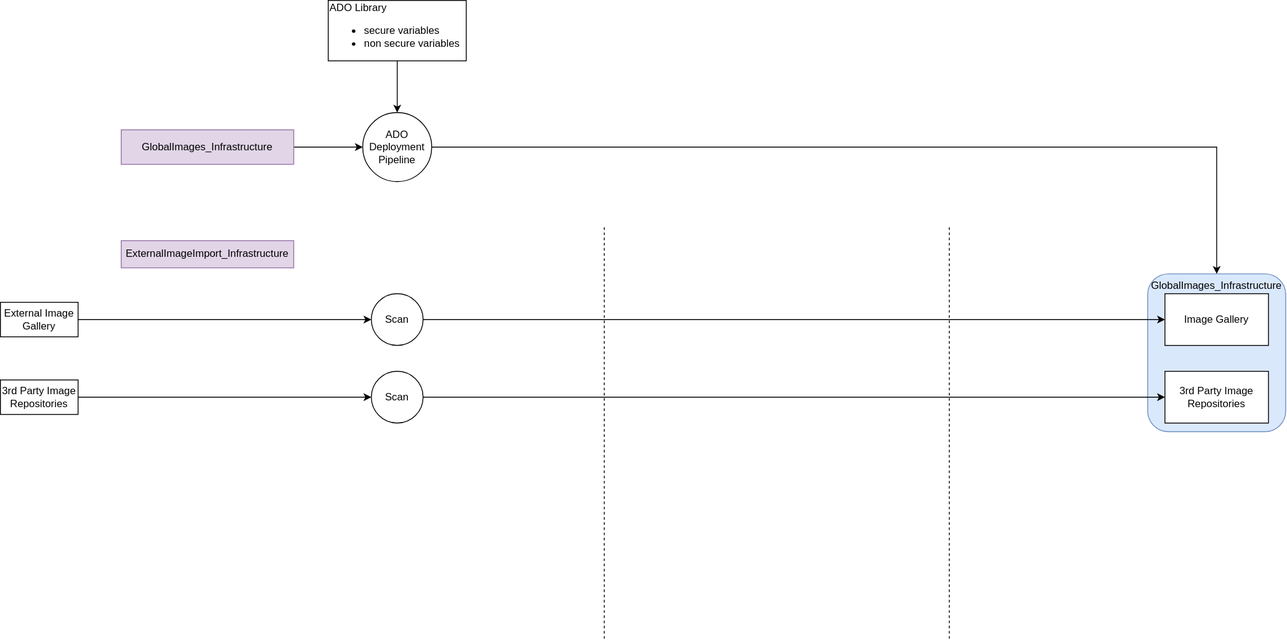
Earlier version of the draw.io export infra/SecureInfrastructureRepoPipelines.svg (vjavle/invoicecloud). Source tidied: cells renumbered, new cells last; positions are measured from the earlier drawing's top-left corner, leaving out a move shared by most shapes.
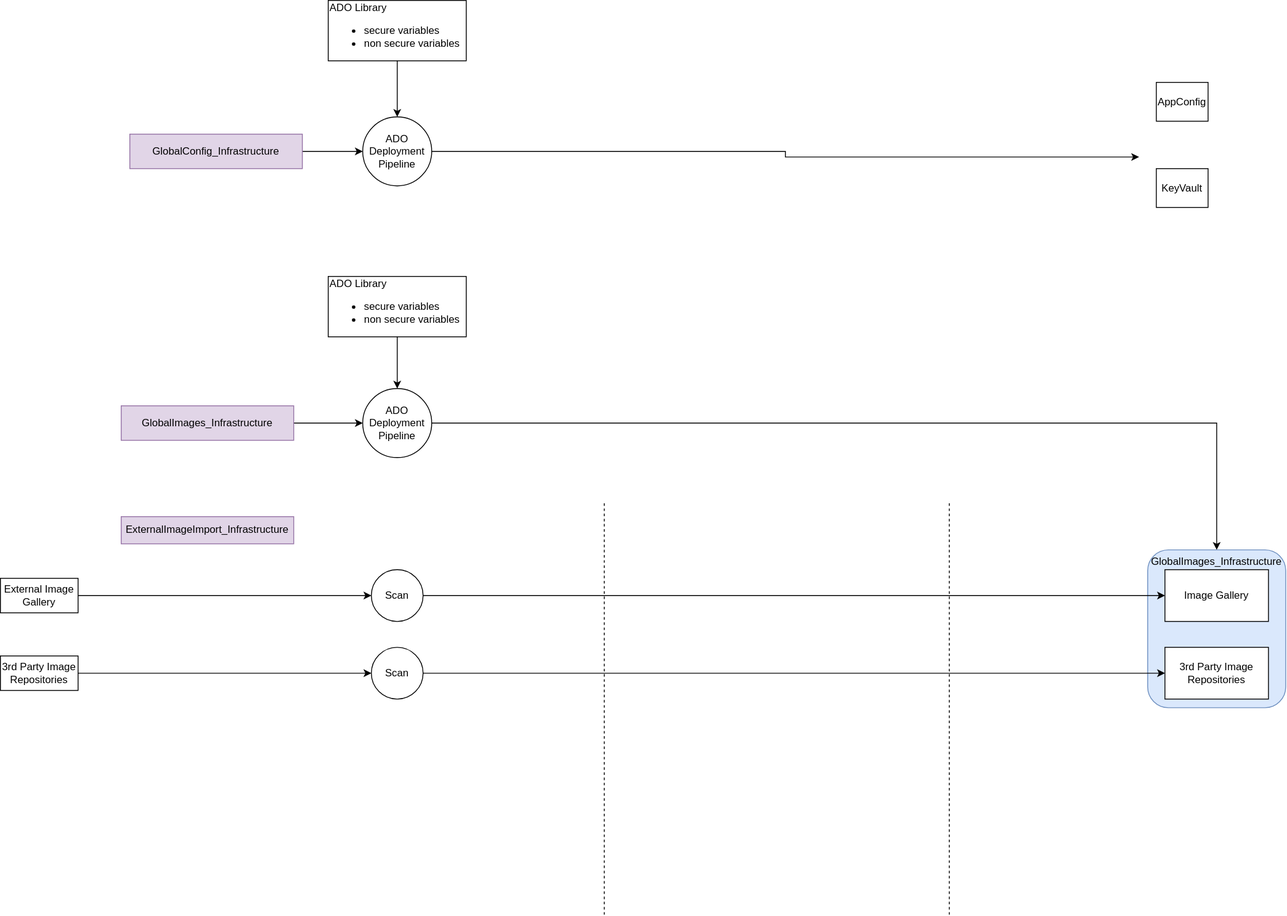
The same diagram one commit later.

Diff of the diagram source:
```diff
@@ -70,5 +70,31 @@
     <mxCell id="21" value="ADO Library&lt;br&gt;&lt;ul&gt;&lt;li&gt;secure variables&lt;/li&gt;&lt;li&gt;non secure variables&lt;/li&gt;&lt;/ul&gt;" style="rounded=0;whiteSpace=wrap;html=1;align=left;" parent="1" vertex="1">
       <mxGeometry x="380" width="160" height="70" as="geometry" />
     </mxCell>
+    <mxCell id="22" style="edgeStyle=orthogonalEdgeStyle;rounded=0;jettySize=auto;html=1;" parent="1" edge="1" source="23" target="29">
+      <mxGeometry relative="1" as="geometry" />
+    </mxCell>
+    <mxCell id="23" value="GlobalConfig_Infrastructure" style="rounded=0;whiteSpace=wrap;html=1;verticalAlign=middle;fillColor=#e1d5e7;strokeColor=#9673a6;" parent="1" vertex="1">
+      <mxGeometry x="150" y="-165" width="200" height="40" as="geometry" />
+    </mxCell>
+    <mxCell id="24" style="edgeStyle=orthogonalEdgeStyle;rounded=0;jettySize=auto;html=1;" parent="1" edge="1" source="29">
+      <mxGeometry relative="1" as="geometry">
+        <mxPoint x="1320" y="-138.5" as="targetPoint" />
+      </mxGeometry>
+    </mxCell>
+    <mxCell id="25" style="edgeStyle=orthogonalEdgeStyle;rounded=0;jettySize=auto;html=1;" parent="1" edge="1" source="26" target="29">
+      <mxGeometry relative="1" as="geometry" />
+    </mxCell>
+    <mxCell id="26" value="ADO Library&lt;br&gt;&lt;ul&gt;&lt;li&gt;secure variables&lt;/li&gt;&lt;li&gt;non secure variables&lt;/li&gt;&lt;/ul&gt;" style="rounded=0;whiteSpace=wrap;html=1;align=left;" parent="1" vertex="1">
+      <mxGeometry x="380" y="-320" width="160" height="70" as="geometry" />
+    </mxCell>
+    <mxCell id="27" value="AppConfig" style="rounded=0;whiteSpace=wrap;html=1;" parent="1" vertex="1">
+      <mxGeometry x="1340" y="-225" width="60" height="45" as="geometry" />
+    </mxCell>
+    <mxCell id="28" value="KeyVault" style="rounded=0;whiteSpace=wrap;html=1;" parent="1" vertex="1">
+      <mxGeometry x="1340" y="-125" width="60" height="45" as="geometry" />
+    </mxCell>
+    <mxCell id="29" value="ADO Deployment Pipeline" style="ellipse;whiteSpace=wrap;html=1;rounded=1;" parent="1" vertex="1">
+      <mxGeometry x="420" y="-185" width="80" height="80" as="geometry" />
+    </mxCell>
   </root>
 </mxGraphModel>
```
